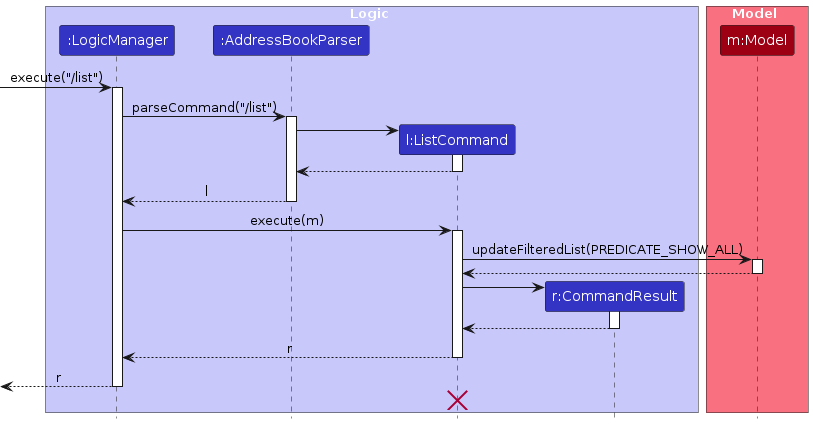
The PlantUML diagram diagrams/ListSequenceDiagram.png in woke02/tp, before a commit. Its source is kept beside it as diagrams/ListSequenceDiagram.puml. Its diagram source:
```plantuml
@startuml
!include style.puml
skinparam ArrowFontStyle plain

box Logic LOGIC_COLOR_T1
participant ":LogicManager" as LogicManager LOGIC_COLOR
participant ":AddressBookParser" as AddressBookParser LOGIC_COLOR
participant "l:ListCommand" as ListCommand LOGIC_COLOR
participant "r:CommandResult" as CommandResult LOGIC_COLOR
end box

box Model MODEL_COLOR_T1
participant "m:Model" as Model MODEL_COLOR
end box

[-> LogicManager : execute("/list")
activate LogicManager

LogicManager -> AddressBookParser : parseCommand("/list")
activate AddressBookParser

create ListCommand
AddressBookParser -> ListCommand
activate ListCommand

ListCommand --> AddressBookParser :
deactivate ListCommand

AddressBookParser --> LogicManager : l
deactivate AddressBookParser

LogicManager -> ListCommand : execute(m)
activate ListCommand

ListCommand -> Model : updateFilteredList(PREDICATE_SHOW_ALL)
activate Model

Model --> ListCommand
deactivate Model

create CommandResult
ListCommand -> CommandResult
activate CommandResult

CommandResult --> ListCommand
deactivate CommandResult

ListCommand --> LogicManager : r
deactivate ListCommand

[<--LogicManager : r
deactivate LogicManager
ListCommand -[hidden]-> LogicManager
destroy ListCommand
@enduml
```
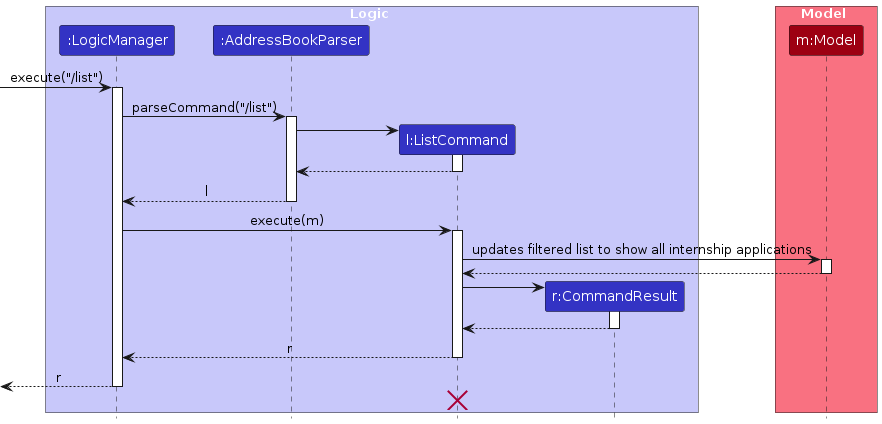
Later version of the same file.

What changed in the source:
```diff
@@ -32,7 +32,7 @@
 LogicManager -> ListCommand : execute(m)
 activate ListCommand
 
-ListCommand -> Model : updateFilteredList(PREDICATE_SHOW_ALL)
+ListCommand -> Model : updates filtered list to show all internship applications
 activate Model
 
 Model --> ListCommand
```
